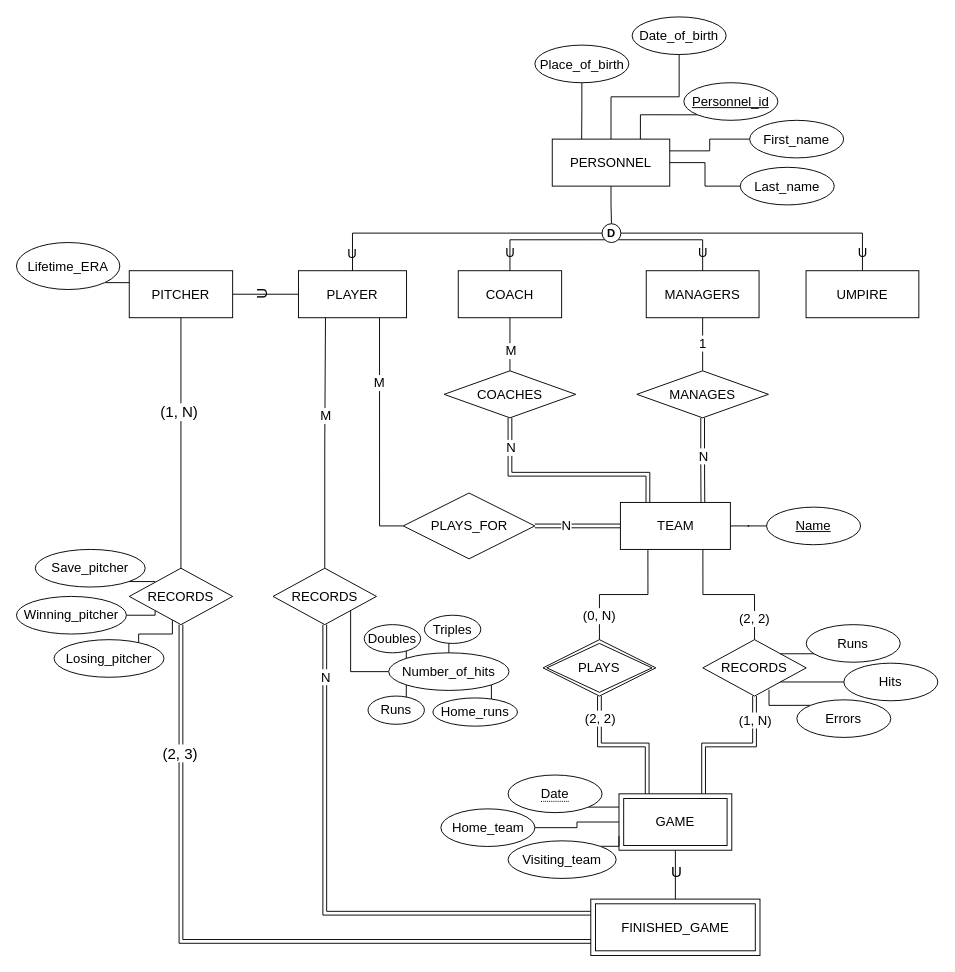
Earlier version of the draw.io diagram page "4.30" (5 of 5) of Untitled Diagram.drawio (cloudyyoung/cpsc-471). Source tidied: cells renumbered, new cells numbered last; positions are measured from the earlier drawing's top-left corner, leaving out a move shared by most shapes. Both pictures are drawn from the tidied source at 94%, with x=0, y=0 at pixel (16, 17).
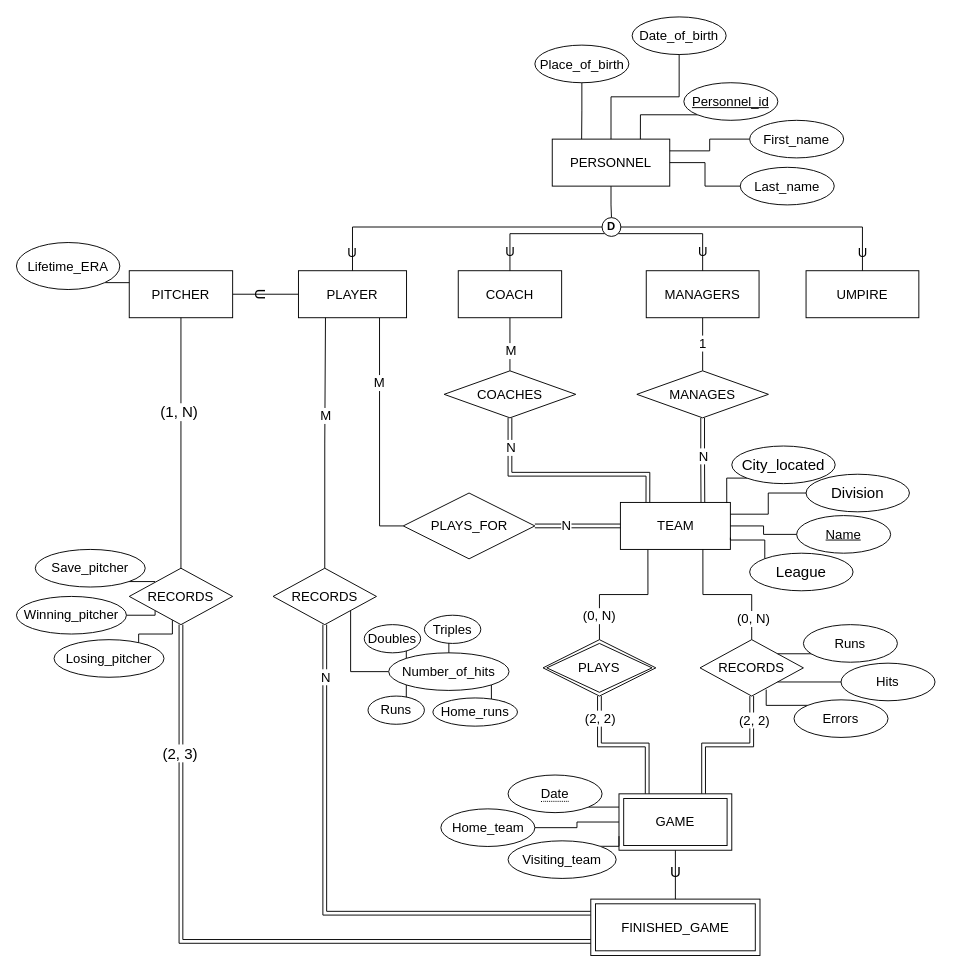
The same diagram, later.

The change refers to these unchanged cells:
```xml
<mxCell id="2" style="edgeStyle=orthogonalEdgeStyle;rounded=0;jettySize=auto;html=1;entryX=1;entryY=0.5;entryDx=0;entryDy=0;fontSize=16;endArrow=none;endFill=0;" parent="1" edge="1" source="6" target="33">
  <mxGeometry relative="1" as="geometry" />
</mxCell>
<mxCell id="36" style="group;" parent="1" vertex="1">
  <mxGeometry x="642.5" y="516" width="255.5" height="50" as="geometry" />
</mxCell>
<mxCell id="37" value="TEAM" style="whiteSpace=wrap;html=1;align=center;labelBackgroundColor=none;fontSize=14;" parent="36" vertex="1">
  <mxGeometry width="117" height="50" as="geometry" />
</mxCell>
<mxCell id="74" style="edgeStyle=orthogonalEdgeStyle;rounded=0;jettySize=auto;html=1;exitX=0.5;exitY=0;exitDx=0;exitDy=0;entryX=0.75;entryY=1;entryDx=0;entryDy=0;fontSize=14;endArrow=none;endFill=0;" parent="1" edge="1" source="95" target="37">
  <mxGeometry relative="1" as="geometry" />
</mxCell>
<mxCell id="76" style="edgeStyle=orthogonalEdgeStyle;shape=link;rounded=0;jettySize=auto;html=1;exitX=0.75;exitY=0;exitDx=0;exitDy=0;entryX=0.5;entryY=1;entryDx=0;entryDy=0;fontSize=14;endArrow=none;endFill=0;" parent="1" edge="1" source="81" target="95">
  <mxGeometry relative="1" as="geometry" />
</mxCell>
<mxCell id="79" style="edgeStyle=orthogonalEdgeStyle;rounded=0;jettySize=auto;html=1;exitX=0.5;exitY=1;exitDx=0;exitDy=0;entryX=0.5;entryY=0;entryDx=0;entryDy=0;fontSize=14;endArrow=none;endFill=0;" parent="1" edge="1" source="81" target="78">
  <mxGeometry relative="1" as="geometry" />
</mxCell>
```

Diff of the diagram source:
```diff
@@
-    <mxCell id="3" value="&lt;font style=&quot;font-size: 16px&quot;&gt;U&lt;/font&gt;" style="edgeLabel;html=1;align=center;verticalAlign=middle;fontSize=16;labelBackgroundColor=none;rotation=-90;" parent="2" vertex="1">
+    <mxCell id="3" value="&lt;font style=&quot;font-size: 16px&quot;&gt;U&lt;/font&gt;" style="edgeLabel;html=1;align=center;verticalAlign=middle;fontSize=16;labelBackgroundColor=none;rotation=90;" parent="2" vertex="1">
       <mxGeometry x="-0.22" y="4" relative="1" as="geometry">
-        <mxPoint x="-12" y="-3" as="offset" />
+        <mxPoint x="-12" y="-5" as="offset" />
       </mxGeometry>
     </mxCell>
@@
     <mxCell id="23" value="&lt;b&gt;D&lt;/b&gt;" style="ellipse;whiteSpace=wrap;html=1;" parent="1" vertex="1">
-      <mxGeometry x="623" y="219.5" width="20" height="20" as="geometry" />
+      <mxGeometry x="623" y="213" width="20" height="20" as="geometry" />
     </mxCell>
@@
-    <mxCell id="38" style="edgeStyle=orthogonalEdgeStyle;rounded=0;jettySize=auto;html=1;fontSize=14;endArrow=none;endFill=0;" parent="36" edge="1" source="39" target="37">
-      <mxGeometry relative="1" as="geometry" />
-    </mxCell>
-    <mxCell id="39" value="Name" style="ellipse;whiteSpace=wrap;html=1;align=center;fontStyle=4;labelBackgroundColor=none;fontSize=14;" parent="36" vertex="1">
-      <mxGeometry x="155.5" y="5" width="100" height="40" as="geometry" />
-    </mxCell>
@@
-    <mxCell id="75" value="(2, 2)" style="edgeLabel;html=1;align=center;verticalAlign=middle;fontSize=14;" parent="74" vertex="1">
+    <mxCell id="75" value="(0, N)" style="edgeLabel;html=1;align=center;verticalAlign=middle;fontSize=14;" parent="74" vertex="1">
       <mxGeometry x="0.23" y="-3" relative="1" as="geometry">
         <mxPoint x="44" y="28" as="offset" />
       </mxGeometry>
     </mxCell>
@@
-    <mxCell id="77" value="(1, N)" style="edgeLabel;html=1;align=center;verticalAlign=middle;fontSize=14;" parent="76" vertex="1">
+    <mxCell id="77" value="(2, 2)" style="edgeLabel;html=1;align=center;verticalAlign=middle;fontSize=14;" parent="76" vertex="1">
       <mxGeometry x="-0.21" y="-1" relative="1" as="geometry">
         <mxPoint x="44" y="-28" as="offset" />
       </mxGeometry>
     </mxCell>
@@
     <mxCell id="80" value="U" style="edgeLabel;html=1;align=center;verticalAlign=middle;fontSize=16;rotation=0;labelBackgroundColor=none;" parent="79" vertex="1">
       <mxGeometry x="0.19" y="2" relative="1" as="geometry">
-        <mxPoint x="-2" y="-9" as="offset" />
+        <mxPoint x="-3" y="-9" as="offset" />
       </mxGeometry>
     </mxCell>
@@
     <mxCell id="94" style="group;" parent="1" vertex="1">
-      <mxGeometry x="730.2" y="646" width="250" height="120" as="geometry" />
+      <mxGeometry x="727.2" y="646" width="250" height="120" as="geometry" />
     </mxCell>
@@
+    <mxCell id="107" style="edgeStyle=orthogonalEdgeStyle;rounded=0;jettySize=auto;html=1;exitX=0;exitY=1;exitDx=0;exitDy=0;entryX=0.967;entryY=0.013;entryDx=0;entryDy=0;entryPerimeter=0;fontSize=16;endArrow=none;endFill=0;" parent="1" edge="1" source="108" target="37">
+      <mxGeometry relative="1" as="geometry" />
+    </mxCell>
+    <mxCell id="108" value="City_located" style="ellipse;whiteSpace=wrap;html=1;align=center;labelBackgroundColor=none;fontSize=16;" parent="1" vertex="1">
+      <mxGeometry x="761" y="456" width="110" height="40" as="geometry" />
+    </mxCell>
+    <mxCell id="109" style="edgeStyle=orthogonalEdgeStyle;rounded=0;jettySize=auto;html=1;exitX=0;exitY=0.5;exitDx=0;exitDy=0;entryX=1;entryY=0.25;entryDx=0;entryDy=0;fontSize=16;endArrow=none;endFill=0;" parent="1" edge="1" source="110" target="37">
+      <mxGeometry relative="1" as="geometry" />
+    </mxCell>
+    <mxCell id="110" value="Division" style="ellipse;whiteSpace=wrap;html=1;align=center;labelBackgroundColor=none;fontSize=16;" parent="1" vertex="1">
+      <mxGeometry x="840" y="486" width="110" height="40" as="geometry" />
+    </mxCell>
+    <mxCell id="111" style="edgeStyle=orthogonalEdgeStyle;rounded=0;jettySize=auto;html=1;exitX=0;exitY=0;exitDx=0;exitDy=0;entryX=1;entryY=0.75;entryDx=0;entryDy=0;fontSize=16;endArrow=none;endFill=0;" parent="1" edge="1" source="112" target="37">
+      <mxGeometry relative="1" as="geometry">
+        <Array as="points">
+          <mxPoint x="796" y="556" />
+          <mxPoint x="760" y="556" />
+          <mxPoint x="760" y="554" />
+        </Array>
+      </mxGeometry>
+    </mxCell>
+    <mxCell id="112" value="League" style="ellipse;whiteSpace=wrap;html=1;align=center;labelBackgroundColor=none;fontSize=16;" parent="1" vertex="1">
+      <mxGeometry x="780" y="570" width="110" height="40" as="geometry" />
+    </mxCell>
+    <mxCell id="39" value="Name" style="ellipse;whiteSpace=wrap;html=1;align=center;fontStyle=4;labelBackgroundColor=none;fontSize=14;" parent="1" vertex="1">
+      <mxGeometry x="830" y="530" width="100" height="40" as="geometry" />
+    </mxCell>
+    <mxCell id="38" style="edgeStyle=orthogonalEdgeStyle;rounded=0;jettySize=auto;html=1;fontSize=14;endArrow=none;endFill=0;" parent="1" edge="1" source="39" target="37">
+      <mxGeometry relative="1" as="geometry" />
+    </mxCell>
```
